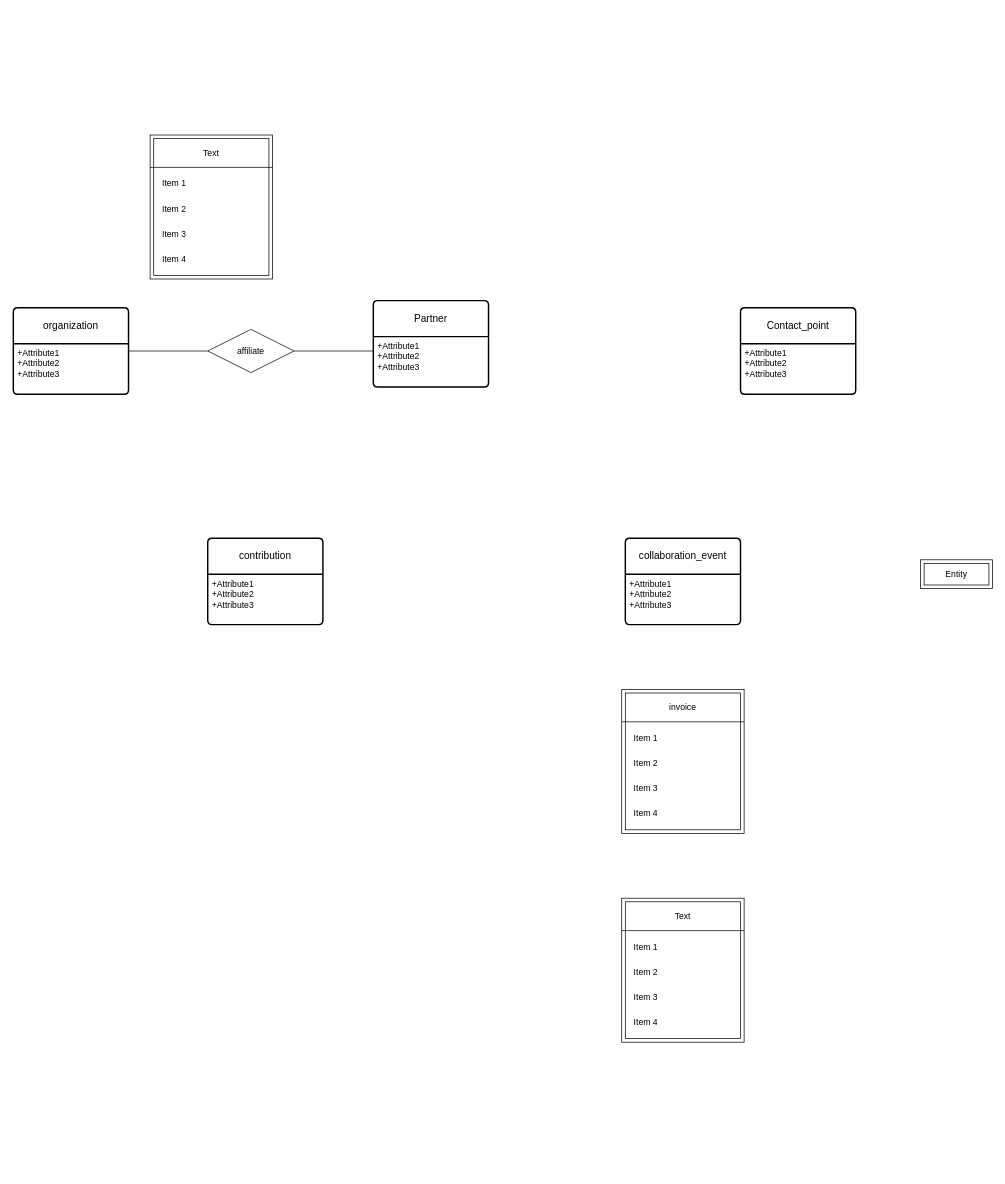
nduc03/cs4420-project keeps this draw.io diagram as ERD.drawio. Above is the earlier version. Source tidied: cells renumbered, new cells numbered last; positions are measured from the earlier drawing's top-left corner, leaving out a move shared by most shapes. Both pictures are drawn from the tidied source at 72%, with x=0, y=0 at pixel (13, 135).
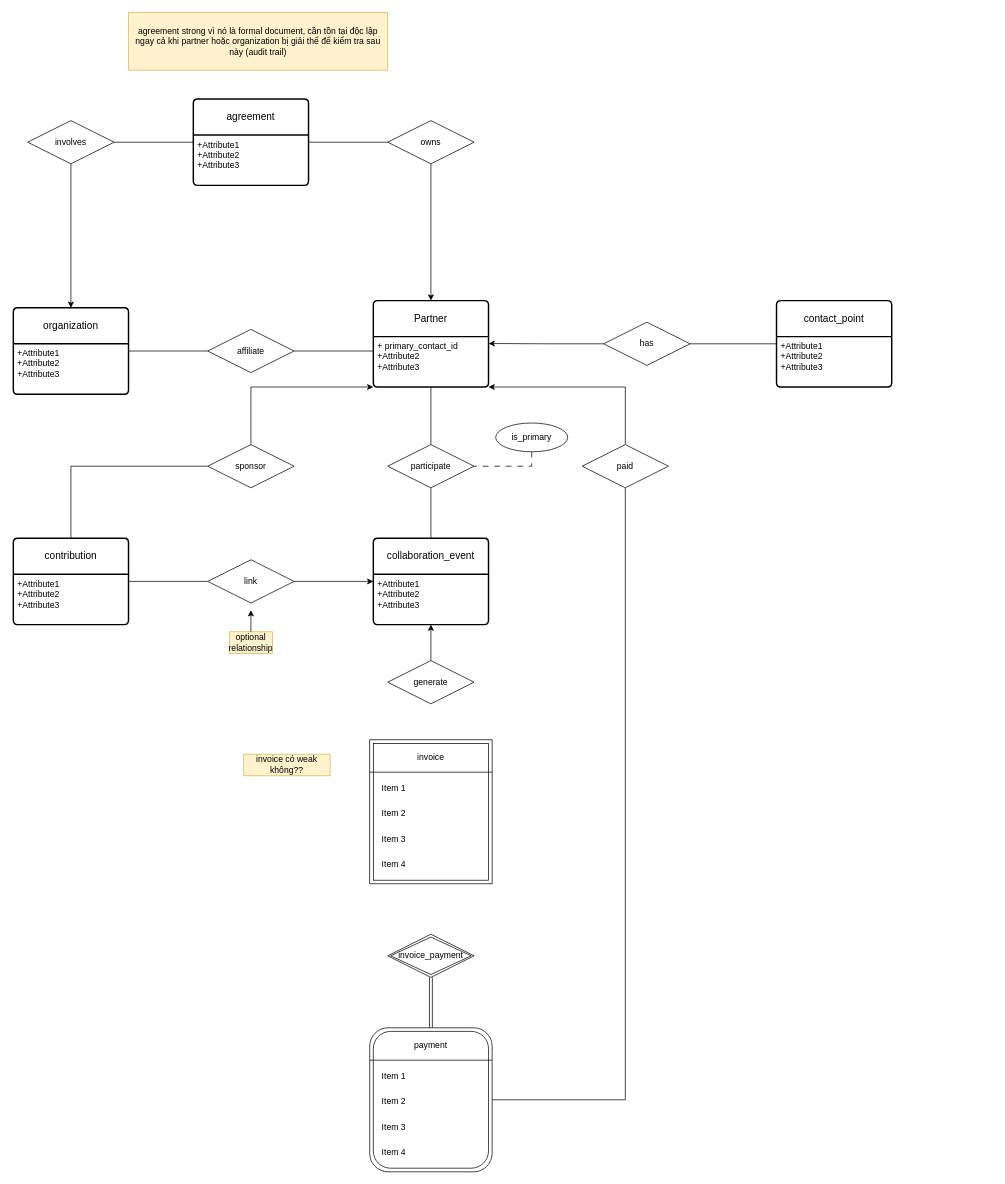
The same diagram, later.

Unchanged cells that the change refers to:
```xml
<mxCell id="2" value="Partner" style="swimlane;horizontal=1;startSize=50;rounded=1;fontSize=14;fontStyle=0;strokeWidth=2;shadow=0;dashed=0;align=center;arcSize=4;whiteSpace=wrap;html=1;" parent="1" vertex="1">
  <mxGeometry x="500" y="230" width="160" height="120" as="geometry" />
</mxCell>
<mxCell id="4" value="organization" style="swimlane;horizontal=1;startSize=50;rounded=1;fontSize=14;fontStyle=0;strokeWidth=2;shadow=0;dashed=0;align=center;arcSize=4;whiteSpace=wrap;html=1;" parent="1" vertex="1">
  <mxGeometry y="240" width="160" height="120" as="geometry" />
</mxCell>
<mxCell id="11" value="+Attribute1&#10;+Attribute2&#10;+Attribute3" style="align=left;strokeColor=none;fillColor=none;spacingLeft=4;spacingRight=4;fontSize=12;verticalAlign=top;html=1;whiteSpace=wrap;" parent="10" vertex="1">
  <mxGeometry y="50" width="160" height="70" as="geometry" />
</mxCell>
```

Diff of the diagram source:
```diff
@@
-    <mxCell id="3" value="+Attribute1&#10;+Attribute2&#10;+Attribute3" style="align=left;strokeColor=none;fillColor=none;spacingLeft=4;spacingRight=4;fontSize=12;verticalAlign=top;html=1;whiteSpace=wrap;" parent="2" vertex="1">
+    <mxCell id="3" value="+ primary_contact_id&lt;br&gt;+Attribute2&lt;br&gt;+Attribute3" style="align=left;strokeColor=none;fillColor=none;spacingLeft=4;spacingRight=4;fontSize=12;verticalAlign=top;html=1;whiteSpace=wrap;" parent="2" vertex="1">
       <mxGeometry y="50" width="160" height="70" as="geometry" />
     </mxCell>
@@
-    <mxCell id="6" value="Contact_point" style="swimlane;horizontal=1;startSize=50;rounded=1;fontSize=14;fontStyle=0;strokeWidth=2;shadow=0;dashed=0;align=center;arcSize=4;whiteSpace=wrap;html=1;" parent="1" vertex="1">
-      <mxGeometry x="1010" y="240" width="160" height="120" as="geometry" />
+    <mxCell id="6" value="contact_point" style="swimlane;horizontal=1;startSize=50;rounded=1;fontSize=14;fontStyle=0;strokeWidth=2;shadow=0;dashed=0;align=center;arcSize=4;whiteSpace=wrap;html=1;" parent="1" vertex="1">
+      <mxGeometry x="1060" y="230" width="160" height="120" as="geometry" />
     </mxCell>
@@
     <mxCell id="8" value="contribution" style="swimlane;horizontal=1;startSize=50;rounded=1;fontSize=14;fontStyle=0;strokeWidth=2;shadow=0;dashed=0;align=center;arcSize=4;whiteSpace=wrap;html=1;" parent="1" vertex="1">
-      <mxGeometry x="270" y="560" width="160" height="120" as="geometry" />
+      <mxGeometry y="560" width="160" height="120" as="geometry" />
     </mxCell>
@@
     <mxCell id="10" value="collaboration_event" style="swimlane;horizontal=1;startSize=50;rounded=1;fontSize=14;fontStyle=0;strokeWidth=2;shadow=0;dashed=0;align=center;arcSize=4;whiteSpace=wrap;html=1;" parent="1" vertex="1">
-      <mxGeometry x="850" y="560" width="160" height="120" as="geometry" />
+      <mxGeometry x="500" y="560" width="160" height="120" as="geometry" />
     </mxCell>
@@
-    <mxCell id="12" value="Entity" style="shape=ext;margin=3;double=1;whiteSpace=wrap;html=1;align=center;" parent="1" vertex="1">
-      <mxGeometry x="1260" y="590" width="100" height="40" as="geometry" />
-    </mxCell>
@@
-    <mxCell id="16" style="shape=ext;margin=3;double=1;whiteSpace=wrap;html=1;align=center;" parent="1" vertex="1">
-      <mxGeometry x="190" width="170" height="200" as="geometry" />
-    </mxCell>
-    <mxCell id="17" style="line;strokeWidth=1;dashed=0;labelPosition=right;align=left;verticalAlign=middle;spacingTop=0;spacingLeft=6;perimeterSpacing=0;" parent="1" vertex="1">
-      <mxGeometry x="190" y="40" width="170" height="10" as="geometry" />
-    </mxCell>
-    <mxCell id="18" style="shape=table;startSize=0;childLayout=tableLayout;fontSize=11;fillColor=none;strokeColor=none;" parent="1" vertex="1">
-      <mxGeometry x="200" y="50" width="150" height="140" as="geometry" />
-    </mxCell>
-    <mxCell id="19" style="shape=tableRow;horizontal=0;startSize=0;swimlaneHead=0;swimlaneBody=0;strokeColor=inherit;top=0;left=0;bottom=0;right=0;fillColor=none;fontSize=16;" parent="18" vertex="1">
-      <mxGeometry width="150" height="36" as="geometry" />
-    </mxCell>
-    <mxCell id="20" value="Item 1" style="shape=partialRectangle;html=1;whiteSpace=wrap;strokeColor=inherit;overflow=hidden;fillColor=none;top=0;left=0;bottom=0;right=0;fontSize=12;align=left;spacingLeft=5;" parent="19" vertex="1">
-      <mxGeometry width="150" height="36" as="geometry" />
-    </mxCell>
-    <mxCell id="21" style="shape=tableRow;horizontal=0;startSize=0;swimlaneHead=0;swimlaneBody=0;strokeColor=inherit;top=0;left=0;bottom=0;right=0;fillColor=none;fontSize=16;" parent="18" vertex="1">
-      <mxGeometry y="36" width="150" height="34" as="geometry" />
-    </mxCell>
-    <mxCell id="22" value="Item 2" style="shape=partialRectangle;html=1;whiteSpace=wrap;strokeColor=inherit;overflow=hidden;fillColor=none;top=0;left=0;bottom=0;right=0;fontSize=12;align=left;spacingLeft=5;" parent="21" vertex="1">
-      <mxGeometry width="150" height="34" as="geometry" />
-    </mxCell>
-    <mxCell id="23" style="shape=tableRow;horizontal=0;startSize=0;swimlaneHead=0;swimlaneBody=0;strokeColor=inherit;top=0;left=0;bottom=0;right=0;fillColor=none;fontSize=16;" parent="18" vertex="1">
-      <mxGeometry y="70" width="150" height="36" as="geometry" />
-    </mxCell>
-    <mxCell id="24" value="Item 3" style="shape=partialRectangle;html=1;whiteSpace=wrap;strokeColor=inherit;overflow=hidden;fillColor=none;top=0;left=0;bottom=0;right=0;fontSize=12;align=left;spacingLeft=5;" parent="23" vertex="1">
-      <mxGeometry width="150" height="36" as="geometry" />
-    </mxCell>
-    <mxCell id="25" style="shape=tableRow;horizontal=0;startSize=0;swimlaneHead=0;swimlaneBody=0;strokeColor=inherit;top=0;left=0;bottom=0;right=0;fillColor=none;fontSize=16;" parent="18" vertex="1">
-      <mxGeometry y="106" width="150" height="34" as="geometry" />
-    </mxCell>
-    <mxCell id="26" value="Item 4" style="shape=partialRectangle;html=1;whiteSpace=wrap;strokeColor=inherit;overflow=hidden;fillColor=none;top=0;left=0;bottom=0;right=0;fontSize=12;align=left;spacingLeft=5;" parent="25" vertex="1">
-      <mxGeometry width="150" height="34" as="geometry" />
-    </mxCell>
-    <mxCell id="27" value="Text" style="text;html=1;whiteSpace=wrap;strokeColor=none;fillColor=none;align=center;verticalAlign=middle;rounded=0;" parent="1" vertex="1">
-      <mxGeometry x="200" y="10" width="150" height="30" as="geometry" />
-    </mxCell>
     <mxCell id="28" style="shape=ext;margin=3;double=1;whiteSpace=wrap;html=1;align=center;" parent="1" vertex="1">
-      <mxGeometry x="845" y="770" width="170" height="200" as="geometry" />
+      <mxGeometry x="495" y="840" width="170" height="200" as="geometry" />
     </mxCell>
     <mxCell id="29" style="line;strokeWidth=1;dashed=0;labelPosition=right;align=left;verticalAlign=middle;spacingTop=0;spacingLeft=6;perimeterSpacing=0;" parent="1" vertex="1">
-      <mxGeometry x="845" y="810" width="170" height="10" as="geometry" />
+      <mxGeometry x="495" y="880" width="170" height="10" as="geometry" />
     </mxCell>
     <mxCell id="30" style="shape=table;startSize=0;childLayout=tableLayout;fontSize=11;fillColor=none;strokeColor=none;" parent="1" vertex="1">
-      <mxGeometry x="855" y="820" width="150" height="140" as="geometry" />
+      <mxGeometry x="505" y="890" width="150" height="140" as="geometry" />
     </mxCell>
@@
     <mxCell id="39" value="invoice" style="text;html=1;whiteSpace=wrap;strokeColor=none;fillColor=none;align=center;verticalAlign=middle;rounded=0;" parent="1" vertex="1">
-      <mxGeometry x="855" y="780" width="150" height="30" as="geometry" />
+      <mxGeometry x="505" y="850" width="150" height="30" as="geometry" />
     </mxCell>
-    <mxCell id="40" style="shape=ext;margin=3;double=1;whiteSpace=wrap;html=1;align=center;" parent="1" vertex="1">
-      <mxGeometry x="845" y="1060" width="170" height="200" as="geometry" />
+    <mxCell id="40" style="shape=ext;margin=3;double=1;whiteSpace=wrap;html=1;align=center;rounded=1;" parent="1" vertex="1">
+      <mxGeometry x="495" y="1240" width="170" height="200" as="geometry" />
     </mxCell>
     <mxCell id="41" style="line;strokeWidth=1;dashed=0;labelPosition=right;align=left;verticalAlign=middle;spacingTop=0;spacingLeft=6;perimeterSpacing=0;" parent="1" vertex="1">
-      <mxGeometry x="845" y="1100" width="170" height="10" as="geometry" />
+      <mxGeometry x="495" y="1280" width="170" height="10" as="geometry" />
     </mxCell>
     <mxCell id="42" style="shape=table;startSize=0;childLayout=tableLayout;fontSize=11;fillColor=none;strokeColor=none;" parent="1" vertex="1">
-      <mxGeometry x="855" y="1110" width="150" height="140" as="geometry" />
+      <mxGeometry x="505" y="1290" width="150" height="140" as="geometry" />
     </mxCell>
@@
-    <mxCell id="51" value="Text" style="text;html=1;whiteSpace=wrap;strokeColor=none;fillColor=none;align=center;verticalAlign=middle;rounded=0;" parent="1" vertex="1">
-      <mxGeometry x="855" y="1070" width="150" height="30" as="geometry" />
+    <mxCell id="51" value="payment" style="text;html=1;whiteSpace=wrap;strokeColor=none;fillColor=none;align=center;verticalAlign=middle;rounded=0;" parent="1" vertex="1">
+      <mxGeometry x="505" y="1250" width="150" height="30" as="geometry" />
     </mxCell>
+    <mxCell id="52" value="agreement" style="swimlane;horizontal=1;startSize=50;rounded=1;fontSize=14;fontStyle=0;strokeWidth=2;shadow=0;dashed=0;align=center;arcSize=4;whiteSpace=wrap;html=1;" parent="1" vertex="1">
+      <mxGeometry x="250" y="-50" width="160" height="120" as="geometry" />
+    </mxCell>
+    <mxCell id="53" value="+Attribute1&#10;+Attribute2&#10;+Attribute3" style="align=left;strokeColor=none;fillColor=none;spacingLeft=4;spacingRight=4;fontSize=12;verticalAlign=top;html=1;whiteSpace=wrap;" parent="52" vertex="1">
+      <mxGeometry y="50" width="160" height="70" as="geometry" />
+    </mxCell>
+    <mxCell id="54" style="edgeStyle=orthogonalEdgeStyle;rounded=0;jettySize=auto;html=1;entryX=0.5;entryY=0;entryDx=0;entryDy=0;" parent="1" edge="1" source="55" target="4">
+      <mxGeometry relative="1" as="geometry" />
+    </mxCell>
+    <mxCell id="55" value="involves" style="shape=rhombus;perimeter=rhombusPerimeter;whiteSpace=wrap;html=1;align=center;" parent="1" vertex="1">
+      <mxGeometry x="20" y="-20" width="120" height="60" as="geometry" />
+    </mxCell>
+    <mxCell id="56" style="edgeStyle=orthogonalEdgeStyle;rounded=0;jettySize=auto;html=1;entryX=0.5;entryY=0;entryDx=0;entryDy=0;" parent="1" edge="1" source="57" target="2">
+      <mxGeometry relative="1" as="geometry" />
+    </mxCell>
+    <mxCell id="57" value="owns" style="shape=rhombus;perimeter=rhombusPerimeter;whiteSpace=wrap;html=1;align=center;" parent="1" vertex="1">
+      <mxGeometry x="520" y="-20" width="120" height="60" as="geometry" />
+    </mxCell>
+    <mxCell id="58" style="endArrow=none;html=1;rounded=0;" parent="1" edge="1">
+      <mxGeometry relative="1" as="geometry">
+        <mxPoint x="410" y="10" as="sourcePoint" />
+        <mxPoint x="520" y="10" as="targetPoint" />
+      </mxGeometry>
+    </mxCell>
+    <mxCell id="59" style="endArrow=none;html=1;rounded=0;" parent="1" edge="1">
+      <mxGeometry relative="1" as="geometry">
+        <mxPoint x="140" y="10" as="sourcePoint" />
+        <mxPoint x="250" y="10" as="targetPoint" />
+      </mxGeometry>
+    </mxCell>
+    <mxCell id="60" value="agreement strong vì nó là formal document, cần tồn tại độc lập ngay cả khi partner hoặc organization bị giải thể để kiểm tra sau này (audit trail)" style="text;html=1;whiteSpace=wrap;strokeColor=#d6b656;fillColor=#fff2cc;align=center;verticalAlign=middle;rounded=0;" parent="1" vertex="1">
+      <mxGeometry x="160" y="-170" width="360" height="80" as="geometry" />
+    </mxCell>
+    <mxCell id="61" value="has" style="shape=rhombus;perimeter=rhombusPerimeter;whiteSpace=wrap;html=1;align=center;" parent="1" vertex="1">
+      <mxGeometry x="820" y="260" width="120" height="60" as="geometry" />
+    </mxCell>
+    <mxCell id="62" style="edgeStyle=orthogonalEdgeStyle;rounded=0;jettySize=auto;html=1;entryX=1.001;entryY=0.137;entryDx=0;entryDy=0;entryPerimeter=0;" parent="1" edge="1" source="61" target="3">
+      <mxGeometry relative="1" as="geometry" />
+    </mxCell>
+    <mxCell id="63" style="endArrow=none;html=1;rounded=0;" parent="1" edge="1">
+      <mxGeometry relative="1" as="geometry">
+        <mxPoint x="940" y="290" as="sourcePoint" />
+        <mxPoint x="1060" y="290" as="targetPoint" />
+      </mxGeometry>
+    </mxCell>
+    <mxCell id="64" style="edgeStyle=orthogonalEdgeStyle;rounded=0;jettySize=auto;html=1;entryX=0.5;entryY=0;entryDx=0;entryDy=0;shape=link;" parent="1" edge="1" source="65" target="40">
+      <mxGeometry relative="1" as="geometry" />
+    </mxCell>
+    <mxCell id="65" value="invoice_payment" style="shape=rhombus;double=1;perimeter=rhombusPerimeter;whiteSpace=wrap;html=1;align=center;" parent="1" vertex="1">
+      <mxGeometry x="520" y="1110" width="120" height="60" as="geometry" />
+    </mxCell>
+    <mxCell id="66" value="invoice có weak không??" style="text;html=1;whiteSpace=wrap;strokeColor=#d6b656;fillColor=#fff2cc;align=center;verticalAlign=middle;rounded=0;" parent="1" vertex="1">
+      <mxGeometry x="320" y="860" width="120" height="30" as="geometry" />
+    </mxCell>
+    <mxCell id="67" value="participate" style="shape=rhombus;perimeter=rhombusPerimeter;whiteSpace=wrap;html=1;align=center;" parent="1" vertex="1">
+      <mxGeometry x="520" y="430" width="120" height="60" as="geometry" />
+    </mxCell>
+    <mxCell id="68" style="endArrow=none;html=1;rounded=0;" parent="1" edge="1" source="3" target="67">
+      <mxGeometry relative="1" as="geometry" />
+    </mxCell>
+    <mxCell id="69" style="endArrow=none;html=1;rounded=0;" parent="1" edge="1" source="67">
+      <mxGeometry relative="1" as="geometry">
+        <mxPoint x="580" y="560" as="targetPoint" />
+      </mxGeometry>
+    </mxCell>
+    <mxCell id="70" style="edgeStyle=orthogonalEdgeStyle;rounded=0;jettySize=auto;html=1;entryX=1;entryY=1;entryDx=0;entryDy=0;" parent="1" edge="1" source="72" target="3">
+      <mxGeometry relative="1" as="geometry">
+        <Array as="points">
+          <mxPoint x="850" y="350" />
+        </Array>
+      </mxGeometry>
+    </mxCell>
+    <mxCell id="71" style="edgeStyle=orthogonalEdgeStyle;rounded=0;jettySize=auto;html=1;entryX=1;entryY=0.5;entryDx=0;entryDy=0;endArrow=none;endFill=0;" parent="1" edge="1" source="72" target="40">
+      <mxGeometry relative="1" as="geometry">
+        <Array as="points">
+          <mxPoint x="850" y="1340" />
+        </Array>
+      </mxGeometry>
+    </mxCell>
+    <mxCell id="72" value="paid" style="shape=rhombus;perimeter=rhombusPerimeter;whiteSpace=wrap;html=1;align=center;" parent="1" vertex="1">
+      <mxGeometry x="790" y="430" width="120" height="60" as="geometry" />
+    </mxCell>
+    <mxCell id="73" style="edgeStyle=orthogonalEdgeStyle;rounded=0;jettySize=auto;html=1;entryX=0;entryY=1;entryDx=0;entryDy=0;" parent="1" edge="1" source="75" target="3">
+      <mxGeometry relative="1" as="geometry">
+        <Array as="points">
+          <mxPoint x="330" y="350" />
+        </Array>
+      </mxGeometry>
+    </mxCell>
+    <mxCell id="74" style="edgeStyle=orthogonalEdgeStyle;rounded=0;jettySize=auto;html=1;entryX=0.5;entryY=0;entryDx=0;entryDy=0;endArrow=none;endFill=0;" parent="1" edge="1" source="75" target="8">
+      <mxGeometry relative="1" as="geometry" />
+    </mxCell>
+    <mxCell id="75" value="sponsor" style="shape=rhombus;perimeter=rhombusPerimeter;whiteSpace=wrap;html=1;align=center;" parent="1" vertex="1">
+      <mxGeometry x="270" y="430" width="120" height="60" as="geometry" />
+    </mxCell>
+    <mxCell id="76" style="edgeStyle=orthogonalEdgeStyle;rounded=0;jettySize=auto;html=1;entryX=0;entryY=0.5;entryDx=0;entryDy=0;" parent="1" edge="1" source="78" target="10">
+      <mxGeometry relative="1" as="geometry" />
+    </mxCell>
+    <mxCell id="77" style="edgeStyle=orthogonalEdgeStyle;rounded=0;jettySize=auto;html=1;entryX=1;entryY=0.5;entryDx=0;entryDy=0;endArrow=none;endFill=0;" parent="1" edge="1" source="78" target="8">
+      <mxGeometry relative="1" as="geometry" />
+    </mxCell>
+    <mxCell id="78" value="link" style="shape=rhombus;perimeter=rhombusPerimeter;whiteSpace=wrap;html=1;align=center;" parent="1" vertex="1">
+      <mxGeometry x="270" y="590" width="120" height="60" as="geometry" />
+    </mxCell>
+    <mxCell id="79" style="edgeStyle=orthogonalEdgeStyle;rounded=0;jettySize=auto;html=1;entryX=1;entryY=0.5;entryDx=0;entryDy=0;dashed=1;dashPattern=8 8;endArrow=none;endFill=0;" parent="1" edge="1" source="80" target="67">
+      <mxGeometry relative="1" as="geometry">
+        <Array as="points">
+          <mxPoint x="720" y="460" />
+        </Array>
+      </mxGeometry>
+    </mxCell>
+    <mxCell id="80" value="is_primary" style="ellipse;whiteSpace=wrap;html=1;align=center;" parent="1" vertex="1">
+      <mxGeometry x="670" y="400" width="100" height="40" as="geometry" />
+    </mxCell>
+    <mxCell id="81" style="edgeStyle=orthogonalEdgeStyle;rounded=0;jettySize=auto;html=1;entryX=0.5;entryY=1;entryDx=0;entryDy=0;" parent="1" edge="1" source="82" target="11">
+      <mxGeometry relative="1" as="geometry" />
+    </mxCell>
+    <mxCell id="82" value="generate" style="shape=rhombus;perimeter=rhombusPerimeter;whiteSpace=wrap;html=1;align=center;" parent="1" vertex="1">
+      <mxGeometry x="520" y="730" width="120" height="60" as="geometry" />
+    </mxCell>
+    <mxCell id="83" value="optional relationship" style="text;html=1;whiteSpace=wrap;strokeColor=#d6b656;fillColor=#fff2cc;align=center;verticalAlign=middle;rounded=0;" parent="1" vertex="1">
+      <mxGeometry x="300" y="690" width="60" height="30" as="geometry" />
+    </mxCell>
+    <mxCell id="84" style="endArrow=classic;html=1;rounded=0;exitX=0.5;exitY=0;exitDx=0;exitDy=0;" parent="1" edge="1" source="83">
+      <mxGeometry relative="1" as="geometry">
+        <mxPoint x="330" y="660" as="targetPoint" />
+      </mxGeometry>
+    </mxCell>
```
